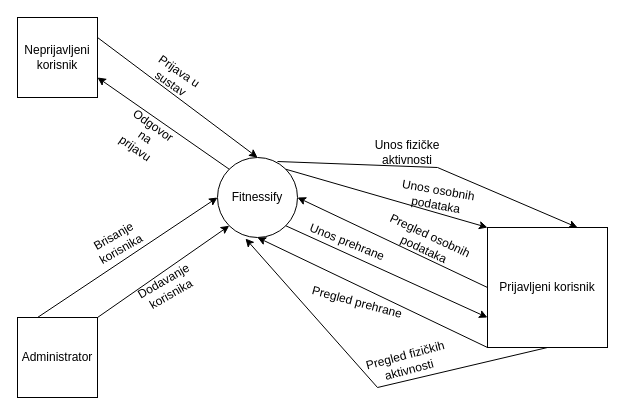
dorabz/Fitnessify keeps this draw.io diagram as 01/Izvorne datoteke/DijagramKonteksta.drawio. Above is the earlier version. Source tidied: cells renumbered, new cells numbered last; positions are measured from the earlier drawing's top-left corner, leaving out a move shared by most shapes. Both pictures are drawn from the tidied source at 100%, with x=0, y=0 at pixel (17, 17).
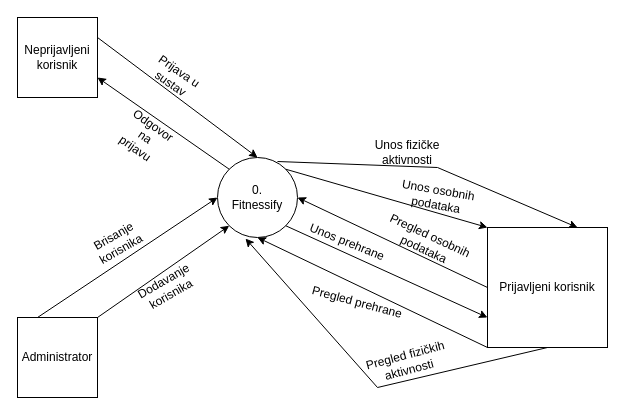
After the change.

Commit message (it also covers changes not shown here):
updated dijagram konteksta

Diff of the diagram source:
```diff
@@
-    <mxCell id="2" value="Fitnessify" style="ellipse;whiteSpace=wrap;html=1;" parent="1" vertex="1">
+    <mxCell id="2" value="0.&lt;br&gt;Fitnessify" style="ellipse;whiteSpace=wrap;html=1;" parent="1" vertex="1">
       <mxGeometry x="200" y="140" width="80" height="80" as="geometry" />
     </mxCell>
```
